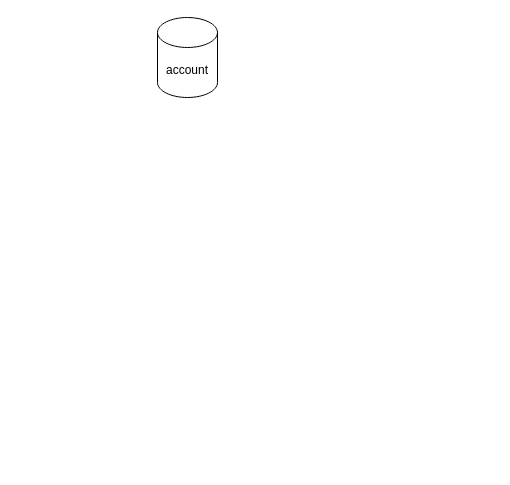
Above: design-patern-test/design patern test.drawio in 15520529/draw-io (draw.io), before the change. Source tidied: cells renumbered, new cells numbered last; positions are measured from the earlier drawing's top-left corner, leaving out a move shared by most shapes. Both pictures are drawn from the tidied source at 100%, with x=0, y=0 at pixel (157, 17).
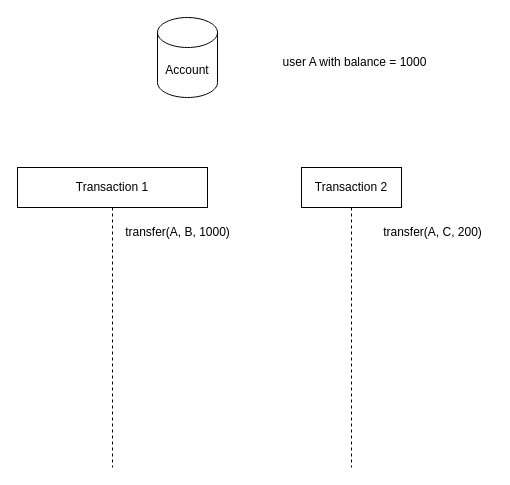
After the change.

Commit message (it also covers changes not shown here):
Cập nhật design patern test.drawio

Change to the diagram source:
```diff
@@
 <mxGraphModel>
   <root>
     <mxCell id="0" />
     <mxCell id="1" parent="0" />
-    <mxCell id="2" value="account" style="shape=cylinder3;whiteSpace=wrap;html=1;boundedLbl=1;backgroundOutline=1;size=15;" parent="1" vertex="1">
+    <mxCell id="2" value="Account" style="shape=cylinder3;whiteSpace=wrap;html=1;boundedLbl=1;backgroundOutline=1;size=15;" parent="1" vertex="1">
       <mxGeometry width="60" height="80" as="geometry" />
     </mxCell>
+    <mxCell id="3" value="Transaction 1" style="shape=umlLifeline;perimeter=lifelinePerimeter;whiteSpace=wrap;html=1;newEdgeStyle={&quot;edgeStyle&quot;:&quot;elbowEdgeStyle&quot;,&quot;elbow&quot;:&quot;vertical&quot;,&quot;curved&quot;:0,&quot;rounded&quot;:0};" parent="1" vertex="1">
+      <mxGeometry x="-140" y="150" width="190" height="300" as="geometry" />
+    </mxCell>
+    <mxCell id="4" value="Transaction 2" style="shape=umlLifeline;perimeter=lifelinePerimeter;whiteSpace=wrap;html=1;newEdgeStyle={&quot;edgeStyle&quot;:&quot;elbowEdgeStyle&quot;,&quot;elbow&quot;:&quot;vertical&quot;,&quot;curved&quot;:0,&quot;rounded&quot;:0};" parent="1" vertex="1">
+      <mxGeometry x="144" y="150" width="100" height="300" as="geometry" />
+    </mxCell>
+    <mxCell id="5" value="user A with balance = 1000" style="text;html=1;strokeColor=none;fillColor=none;align=center;verticalAlign=middle;whiteSpace=wrap;rounded=0;" parent="1" vertex="1">
+      <mxGeometry x="85" y="30" width="225" height="30" as="geometry" />
+    </mxCell>
+    <mxCell id="6" value="transfer(A, B, 1000)" style="text;html=1;align=center;verticalAlign=middle;strokeColor=none;fillColor=none;" parent="1" vertex="1">
+      <mxGeometry x="-45" y="200" width="130" height="30" as="geometry" />
+    </mxCell>
+    <mxCell id="7" value="transfer(A, C, 200)" style="text;html=1;align=center;verticalAlign=middle;strokeColor=none;fillColor=none;" parent="1" vertex="1">
+      <mxGeometry x="215" y="200" width="120" height="30" as="geometry" />
+    </mxCell>
   </root>
 </mxGraphModel>
```
